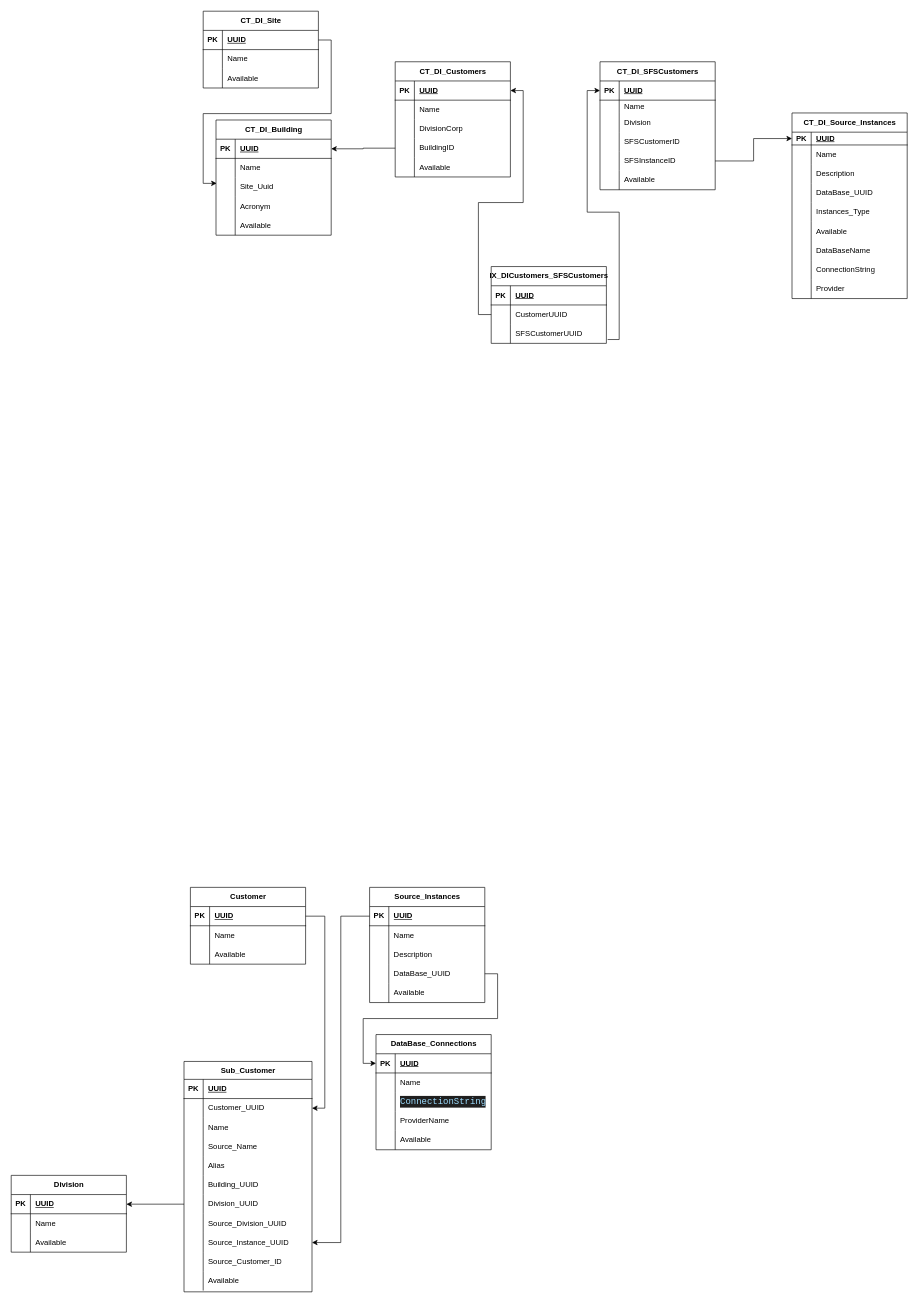
Earlier version of the draw.io diagram page "Complete Diagram DATAINTEGRITY" (2 of 15) of Untitled Diagram.drawio (byok22/backend). Source tidied: cells renumbered, new cells numbered last; positions are measured from the earlier drawing's top-left corner, leaving out a move shared by most shapes. Both pictures are drawn from the tidied source at 64%, with x=0, y=0 at pixel (11, 11).
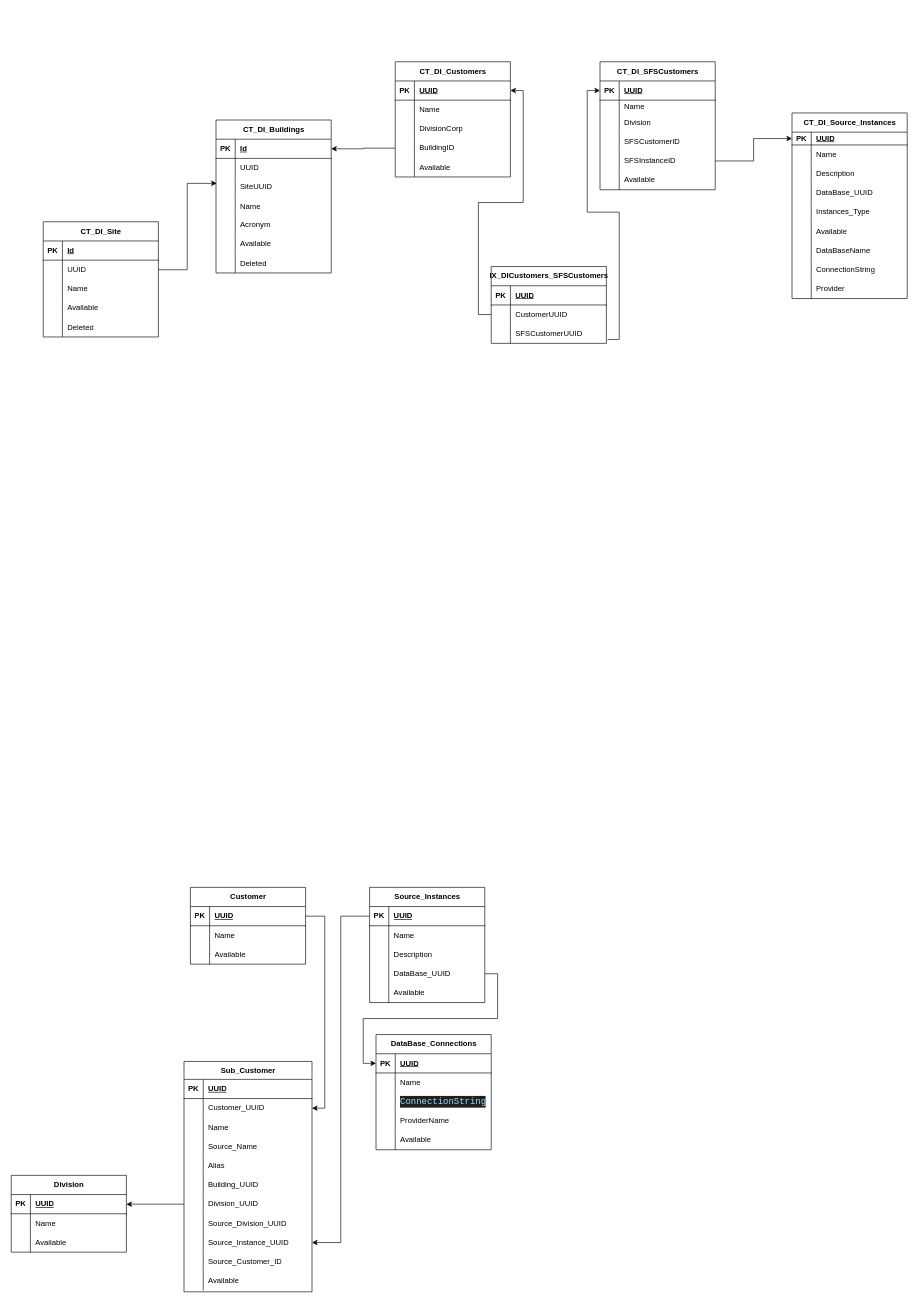
Above is the later version.

Unchanged cells that the change refers to:
```xml
<mxCell id="3" style="shape=tableRow;horizontal=0;startSize=0;swimlaneHead=0;swimlaneBody=0;fillColor=none;points=[[0,0.5],[1,0.5]];portConstraint=eastwest;top=0;left=0;right=0;bottom=1;" parent="2" vertex="1">
  <mxGeometry y="30" width="180" height="30" as="geometry" />
</mxCell>
<mxCell id="6" style="shape=tableRow;horizontal=0;startSize=0;swimlaneHead=0;swimlaneBody=0;fillColor=none;top=0;left=0;right=0;bottom=0;" parent="2" vertex="1">
  <mxGeometry y="60" width="180" height="30" as="geometry" />
</mxCell>
<mxCell id="9" style="shape=tableRow;horizontal=0;startSize=0;swimlaneHead=0;swimlaneBody=0;fillColor=none;points=[[0,0.5],[1,0.5]];portConstraint=eastwest;top=0;left=0;right=0;bottom=0;" parent="2" vertex="1">
  <mxGeometry y="90" width="180" height="30" as="geometry" />
</mxCell>
<mxCell id="35" style="shape=tableRow;horizontal=0;startSize=0;swimlaneHead=0;swimlaneBody=0;fillColor=none;points=[[0,0.5],[1,0.5]];portConstraint=eastwest;top=0;left=0;right=0;bottom=1;" parent="34" vertex="1">
  <mxGeometry y="30" width="180" height="30" as="geometry" />
</mxCell>
<mxCell id="38" style="shape=tableRow;horizontal=0;startSize=0;swimlaneHead=0;swimlaneBody=0;fillColor=none;points=[[0,0.5],[1,0.5]];portConstraint=eastwest;top=0;left=0;right=0;bottom=0;" parent="34" vertex="1">
  <mxGeometry y="60" width="180" height="30" as="geometry" />
</mxCell>
```

The edit, as a diff of the source:
```diff
@@
-    <mxCell id="2" value="CT_DI_Building" style="shape=table;startSize=30;childLayout=tableLayout;rowLines=0;fontStyle=1;align=center;html=1;" parent="1" vertex="1">
-      <mxGeometry x="320" y="170" width="180" height="180" as="geometry" />
+    <mxCell id="2" value="CT_DI_Buildings" style="shape=table;startSize=30;childLayout=tableLayout;rowLines=0;fontStyle=1;align=center;html=1;" parent="1" vertex="1">
+      <mxGeometry x="320" y="170" width="180" height="239" as="geometry" />
     </mxCell>
@@
-    <mxCell id="5" value="UUID" style="shape=partialRectangle;fillColor=none;top=0;left=0;bottom=0;right=0;align=left;spacingLeft=6;fontStyle=5;overflow=hidden;whiteSpace=wrap;html=1;" parent="3" vertex="1">
+    <mxCell id="5" value="Id" style="shape=partialRectangle;fillColor=none;top=0;left=0;bottom=0;right=0;align=left;spacingLeft=6;fontStyle=5;overflow=hidden;whiteSpace=wrap;html=1;" parent="3" vertex="1">
       <mxGeometry x="30" width="150" height="30" as="geometry" />
     </mxCell>
@@
-    <mxCell id="8" value="Name" style="shape=partialRectangle;fillColor=none;top=0;left=0;bottom=0;right=0;align=left;spacingLeft=6;overflow=hidden;whiteSpace=wrap;html=1;" parent="6" vertex="1">
+    <mxCell id="8" value="UUID" style="shape=partialRectangle;fillColor=none;top=0;left=0;bottom=0;right=0;align=left;spacingLeft=6;overflow=hidden;whiteSpace=wrap;html=1;" parent="6" vertex="1">
       <mxGeometry x="30" width="150" height="30" as="geometry" />
     </mxCell>
@@
-    <mxCell id="11" value="Site_Uuid" style="shape=partialRectangle;fillColor=none;top=0;left=0;bottom=0;right=0;align=left;spacingLeft=6;overflow=hidden;whiteSpace=wrap;html=1;" parent="9" vertex="1">
+    <mxCell id="11" value="SiteUUID" style="shape=partialRectangle;fillColor=none;top=0;left=0;bottom=0;right=0;align=left;spacingLeft=6;overflow=hidden;whiteSpace=wrap;html=1;" parent="9" vertex="1">
       <mxGeometry x="30" width="150" height="30" as="geometry" />
     </mxCell>
     <mxCell id="12" style="shape=tableRow;horizontal=0;startSize=0;swimlaneHead=0;swimlaneBody=0;fillColor=none;top=0;left=0;right=0;bottom=0;" parent="2" vertex="1">
-      <mxGeometry y="120" width="180" height="30" as="geometry" />
+      <mxGeometry y="120" width="180" height="29" as="geometry" />
     </mxCell>
     <mxCell id="13" style="shape=partialRectangle;fillColor=none;top=0;left=0;bottom=0;right=0;overflow=hidden;whiteSpace=wrap;html=1;" parent="12" vertex="1">
-      <mxGeometry width="30" height="30" as="geometry" />
+      <mxGeometry width="30" height="29" as="geometry" />
     </mxCell>
-    <mxCell id="14" value="Acronym" style="shape=partialRectangle;fillColor=none;top=0;left=0;bottom=0;right=0;align=left;spacingLeft=6;overflow=hidden;whiteSpace=wrap;html=1;" parent="12" vertex="1">
-      <mxGeometry x="30" width="150" height="30" as="geometry" />
+    <mxCell id="14" value="Name" style="shape=partialRectangle;fillColor=none;top=0;left=0;bottom=0;right=0;align=left;spacingLeft=6;overflow=hidden;whiteSpace=wrap;html=1;" parent="12" vertex="1">
+      <mxGeometry x="30" width="150" height="29" as="geometry" />
     </mxCell>
     <mxCell id="15" style="shape=tableRow;horizontal=0;startSize=0;swimlaneHead=0;swimlaneBody=0;fillColor=none;top=0;left=0;right=0;bottom=0;" parent="2" vertex="1">
-      <mxGeometry y="150" width="180" height="30" as="geometry" />
+      <mxGeometry y="149" width="180" height="30" as="geometry" />
     </mxCell>
@@
-    <mxCell id="17" value="Available" style="shape=partialRectangle;fillColor=none;top=0;left=0;bottom=0;right=0;align=left;spacingLeft=6;overflow=hidden;whiteSpace=wrap;html=1;" parent="15" vertex="1">
+    <mxCell id="17" value="Acronym" style="shape=partialRectangle;fillColor=none;top=0;left=0;bottom=0;right=0;align=left;spacingLeft=6;overflow=hidden;whiteSpace=wrap;html=1;" parent="15" vertex="1">
       <mxGeometry x="30" width="150" height="30" as="geometry" />
     </mxCell>
+    <mxCell id="196" style="shape=tableRow;horizontal=0;startSize=0;swimlaneHead=0;swimlaneBody=0;fillColor=none;top=0;left=0;right=0;bottom=0;" parent="2" vertex="1">
+      <mxGeometry y="179" width="180" height="30" as="geometry" />
+    </mxCell>
+    <mxCell id="197" style="shape=partialRectangle;fillColor=none;top=0;left=0;bottom=0;right=0;overflow=hidden;whiteSpace=wrap;html=1;" parent="196" vertex="1">
+      <mxGeometry width="30" height="30" as="geometry" />
+    </mxCell>
+    <mxCell id="198" value="Available" style="shape=partialRectangle;fillColor=none;top=0;left=0;bottom=0;right=0;align=left;spacingLeft=6;overflow=hidden;whiteSpace=wrap;html=1;" parent="196" vertex="1">
+      <mxGeometry x="30" width="150" height="30" as="geometry" />
+    </mxCell>
+    <mxCell id="199" style="shape=tableRow;horizontal=0;startSize=0;swimlaneHead=0;swimlaneBody=0;fillColor=none;top=0;left=0;right=0;bottom=0;" parent="2" vertex="1">
+      <mxGeometry y="209" width="180" height="30" as="geometry" />
+    </mxCell>
+    <mxCell id="200" style="shape=partialRectangle;fillColor=none;top=0;left=0;bottom=0;right=0;overflow=hidden;whiteSpace=wrap;html=1;" parent="199" vertex="1">
+      <mxGeometry width="30" height="30" as="geometry" />
+    </mxCell>
+    <mxCell id="201" value="Deleted" style="shape=partialRectangle;fillColor=none;top=0;left=0;bottom=0;right=0;align=left;spacingLeft=6;overflow=hidden;whiteSpace=wrap;html=1;" parent="199" vertex="1">
+      <mxGeometry x="30" width="150" height="30" as="geometry" />
+    </mxCell>
@@
     <mxCell id="34" value="CT_DI_Site" style="shape=table;startSize=30;childLayout=tableLayout;rowLines=0;fontStyle=1;align=center;html=1;" parent="1" vertex="1">
-      <mxGeometry x="300" width="180" height="120" as="geometry" />
+      <mxGeometry x="50" y="329" width="180" height="180" as="geometry" />
     </mxCell>
@@
-    <mxCell id="37" value="UUID" style="shape=partialRectangle;fillColor=none;top=0;left=0;bottom=0;right=0;align=left;spacingLeft=6;fontStyle=5;overflow=hidden;whiteSpace=wrap;html=1;" parent="35" vertex="1">
+    <mxCell id="37" value="Id" style="shape=partialRectangle;fillColor=none;top=0;left=0;bottom=0;right=0;align=left;spacingLeft=6;fontStyle=5;overflow=hidden;whiteSpace=wrap;html=1;" parent="35" vertex="1">
       <mxGeometry x="30" width="150" height="30" as="geometry" />
     </mxCell>
@@
-    <mxCell id="40" value="Name" style="shape=partialRectangle;fillColor=none;top=0;left=0;bottom=0;right=0;align=left;spacingLeft=6;overflow=hidden;whiteSpace=wrap;html=1;" parent="38" vertex="1">
+    <mxCell id="40" value="UUID" style="shape=partialRectangle;fillColor=none;top=0;left=0;bottom=0;right=0;align=left;spacingLeft=6;overflow=hidden;whiteSpace=wrap;html=1;" parent="38" vertex="1">
       <mxGeometry x="30" width="150" height="30" as="geometry" />
     </mxCell>
+    <mxCell id="202" style="shape=tableRow;horizontal=0;startSize=0;swimlaneHead=0;swimlaneBody=0;fillColor=none;top=0;left=0;right=0;bottom=0;" parent="34" vertex="1">
+      <mxGeometry y="90" width="180" height="30" as="geometry" />
+    </mxCell>
+    <mxCell id="203" style="shape=partialRectangle;fillColor=none;top=0;left=0;bottom=0;right=0;overflow=hidden;whiteSpace=wrap;html=1;" parent="202" vertex="1">
+      <mxGeometry width="30" height="30" as="geometry" />
+    </mxCell>
+    <mxCell id="204" value="Name" style="shape=partialRectangle;fillColor=none;top=0;left=0;bottom=0;right=0;align=left;spacingLeft=6;overflow=hidden;whiteSpace=wrap;html=1;" parent="202" vertex="1">
+      <mxGeometry x="30" width="150" height="30" as="geometry" />
+    </mxCell>
     <mxCell id="41" style="shape=tableRow;horizontal=0;startSize=0;swimlaneHead=0;swimlaneBody=0;fillColor=none;top=0;left=0;right=0;bottom=0;" parent="34" vertex="1">
-      <mxGeometry y="90" width="180" height="30" as="geometry" />
+      <mxGeometry y="120" width="180" height="30" as="geometry" />
     </mxCell>
@@
+    <mxCell id="205" style="shape=tableRow;horizontal=0;startSize=0;swimlaneHead=0;swimlaneBody=0;fillColor=none;top=0;left=0;right=0;bottom=0;" parent="34" vertex="1">
+      <mxGeometry y="150" width="180" height="30" as="geometry" />
+    </mxCell>
+    <mxCell id="206" style="shape=partialRectangle;fillColor=none;top=0;left=0;bottom=0;right=0;overflow=hidden;whiteSpace=wrap;html=1;" parent="205" vertex="1">
+      <mxGeometry width="30" height="30" as="geometry" />
+    </mxCell>
+    <mxCell id="207" value="Deleted" style="shape=partialRectangle;fillColor=none;top=0;left=0;bottom=0;right=0;align=left;spacingLeft=6;overflow=hidden;whiteSpace=wrap;html=1;" parent="205" vertex="1">
+      <mxGeometry x="30" width="150" height="30" as="geometry" />
+    </mxCell>
-    <mxCell id="44" style="edgeStyle=orthogonalEdgeStyle;rounded=0;jettySize=auto;html=1;entryX=0.006;entryY=0.3;entryDx=0;entryDy=0;entryPerimeter=0;" parent="1" edge="1" source="35" target="9">
+    <mxCell id="44" style="edgeStyle=orthogonalEdgeStyle;rounded=0;jettySize=auto;html=1;entryX=0.006;entryY=0.3;entryDx=0;entryDy=0;entryPerimeter=0;exitX=1;exitY=0.5;exitDx=0;exitDy=0;" parent="1" edge="1" source="38" target="9">
       <mxGeometry relative="1" as="geometry" />
     </mxCell>
```
